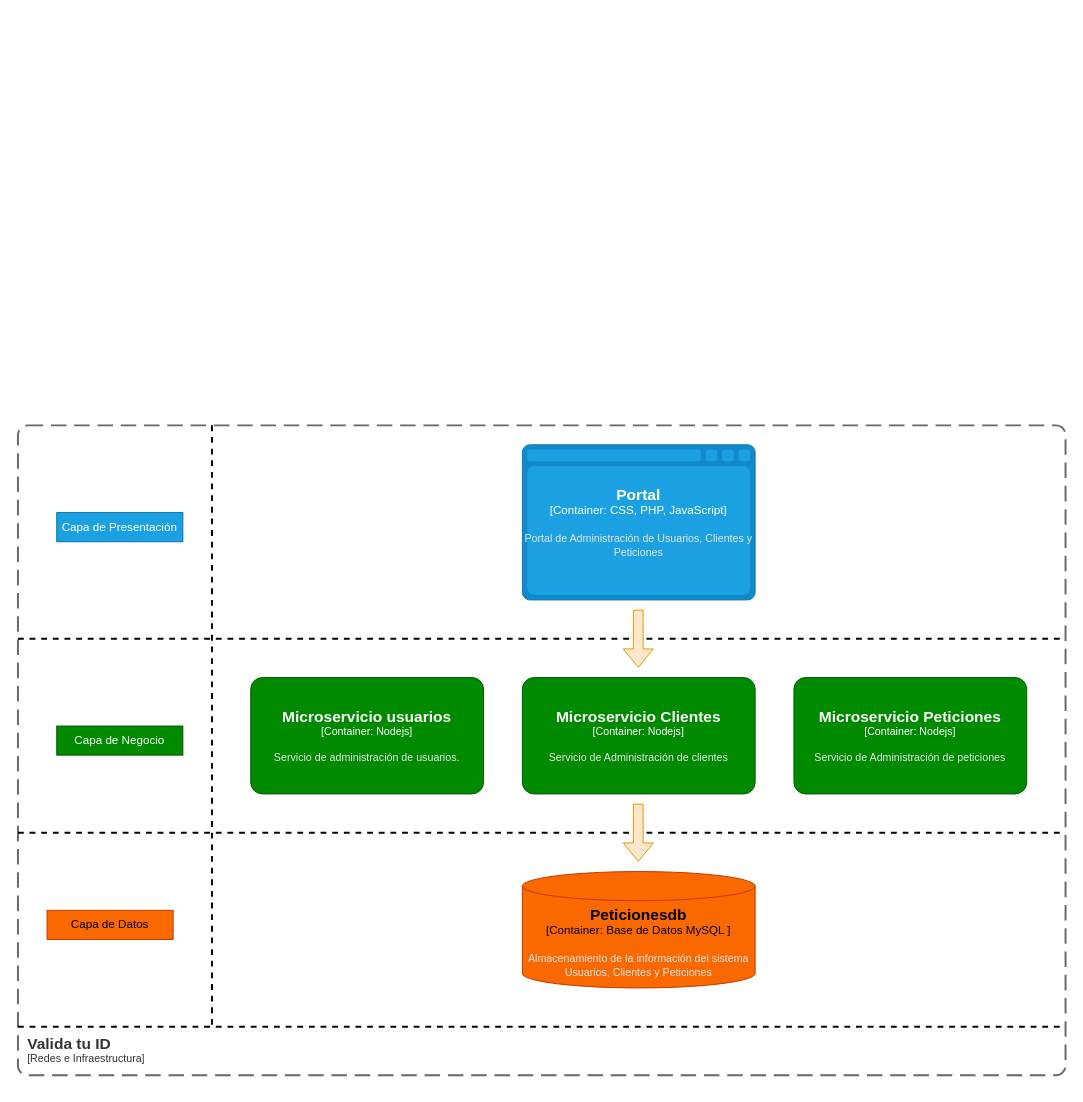
Above: page "Página-3" (3 of 4) of Doc/Diagramas.drawio in Jakcobo/ValidaTuID (draw.io), before the change. Source tidied: cells renumbered, new cells numbered last; positions are measured from the earlier drawing's top-left corner, leaving out a move shared by most shapes. Both pictures are drawn from the tidied source at 97%, with x=0, y=0 at pixel (17, 425).
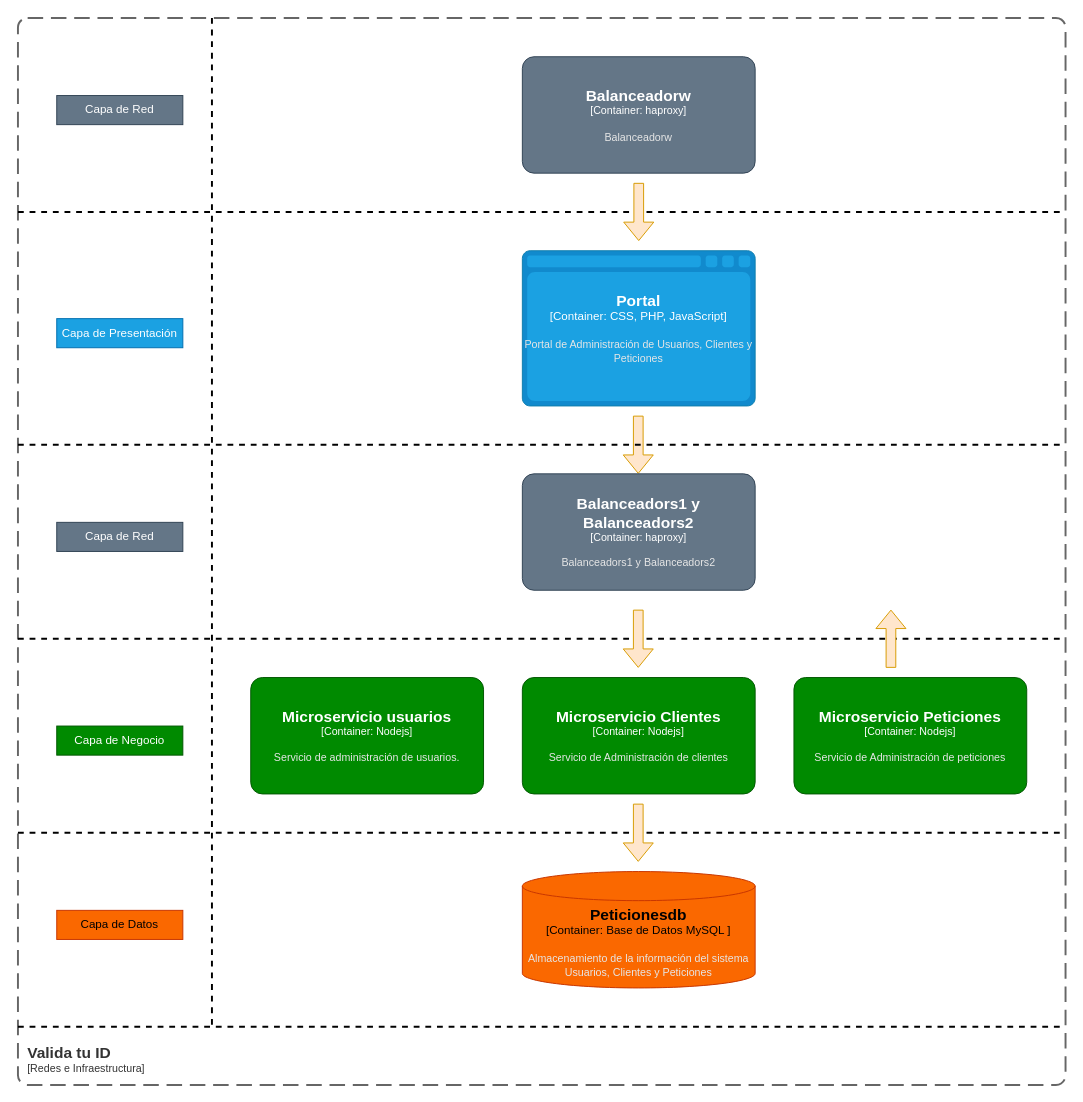
The same page after the edit.

What changed in the source:
```diff
@@
     <object id="4" label="&lt;font style=&quot;font-size: 16px&quot;&gt;&lt;b&gt;%c4Name%&lt;/b&gt;&lt;/font&gt;&lt;div&gt;[%c4Type%:&amp;nbsp;%c4Technology%]&lt;/div&gt;&lt;br&gt;&lt;div&gt;&lt;font style=&quot;font-size: 11px&quot;&gt;&lt;font color=&quot;#E6E6E6&quot;&gt;%c4Description%&lt;/font&gt;&lt;/div&gt;" c4Description="Portal de Administración de Usuarios, Clientes y Peticiones" c4Name="Portal" c4Technology="CSS, PHP, JavaScript" c4Type="Container" placeholders="1">
       <mxCell style="shape=mxgraph.c4.webBrowserContainer2;whiteSpace=wrap;html=1;boundedLbl=1;rounded=0;labelBackgroundColor=none;strokeColor=#006EAF;fillColor=#1ba1e2;strokeColor=#118ACD;strokeColor2=#0E7DAD;fontSize=12;fontColor=#ffffff;align=center;" parent="1" vertex="1">
-        <mxGeometry x="520" y="20" width="240" height="160" as="geometry" />
+        <mxGeometry x="520" y="-180" width="240" height="160" as="geometry" />
       </mxCell>
     </object>
     <object id="5" label="&lt;font style=&quot;font-size: 16px&quot;&gt;&lt;b&gt;&lt;div style=&quot;text-align: left&quot;&gt;%c4Name%&lt;/div&gt;&lt;/b&gt;&lt;/font&gt;&lt;div style=&quot;text-align: left&quot;&gt;[%c4Application%]&lt;/div&gt;" c4Application="Redes e Infraestructura" c4Name="Valida tu ID" placeholders="1">
       <mxCell style="rounded=1;fontSize=11;whiteSpace=wrap;html=1;dashed=1;arcSize=20;fillColor=none;strokeColor=#666666;fontColor=#333333;labelBackgroundColor=none;align=left;verticalAlign=bottom;labelBorderColor=none;spacingTop=0;spacing=10;dashPattern=8 4;perimeter=rectanglePerimeter;noLabel=0;labelPadding=0;absoluteArcSize=1;strokeWidth=2;" parent="1" vertex="1">
-        <mxGeometry width="1080" height="670" as="geometry" />
+        <mxGeometry y="-420" width="1080" height="1100" as="geometry" />
       </mxCell>
     </object>
@@
     <mxCell id="7" value="Capa de Presentación" style="text;html=1;align=center;verticalAlign=middle;whiteSpace=wrap;rounded=0;fillColor=#1ba1e2;fontColor=#ffffff;strokeColor=#006EAF;" parent="1" vertex="1">
-      <mxGeometry x="40" y="90" width="130" height="30" as="geometry" />
+      <mxGeometry x="40" y="-110" width="130" height="30" as="geometry" />
     </mxCell>
@@
     <mxCell id="10" value="Capa de Datos" style="text;html=1;align=center;verticalAlign=middle;whiteSpace=wrap;rounded=0;fillColor=#fa6800;fontColor=#000000;strokeColor=#C73500;" parent="1" vertex="1">
-      <mxGeometry x="30" y="500" width="130" height="30" as="geometry" />
+      <mxGeometry x="40" y="500" width="130" height="30" as="geometry" />
     </mxCell>
@@
     <mxCell id="13" style="shape=flexArrow;endArrow=classic;html=1;rounded=0;fillColor=#ffe6cc;strokeColor=#d79b00;" parent="1" edge="1">
       <mxGeometry relative="1" as="geometry">
-        <mxPoint x="639.5" y="190" as="sourcePoint" />
-        <mxPoint x="639.5" y="250" as="targetPoint" />
+        <mxPoint x="639.5" y="-10" as="sourcePoint" />
+        <mxPoint x="639.5" y="50" as="targetPoint" />
       </mxGeometry>
     </mxCell>
@@
     <mxCell id="16" style="endArrow=none;dashed=1;html=1;rounded=0;strokeWidth=2;" parent="1" edge="1">
       <mxGeometry relative="1" as="geometry">
-        <mxPoint x="200" as="sourcePoint" />
+        <mxPoint x="200" y="-420" as="sourcePoint" />
         <mxPoint x="200" y="620" as="targetPoint" />
       </mxGeometry>
     </mxCell>
+    <mxCell id="17" style="endArrow=none;dashed=1;html=1;rounded=0;strokeWidth=2;" parent="1" edge="1">
+      <mxGeometry relative="1" as="geometry">
+        <mxPoint y="20" as="sourcePoint" />
+        <mxPoint x="1080" y="20" as="targetPoint" />
+      </mxGeometry>
+    </mxCell>
+    <object id="18" label="&lt;font style=&quot;font-size: 16px&quot;&gt;&lt;b&gt;%c4Name%&lt;/b&gt;&lt;/font&gt;&lt;div&gt;[%c4Type%: %c4Technology%]&lt;/div&gt;&lt;br&gt;&lt;div&gt;&lt;font style=&quot;font-size: 11px&quot;&gt;&lt;font color=&quot;#E6E6E6&quot;&gt;%c4Description%&lt;/font&gt;&lt;/div&gt;" c4Description="Balanceadors1 y Balanceadors2" c4Name="Balanceadors1 y Balanceadors2" c4Technology="haproxy" c4Type="Container" placeholders="1">
+      <mxCell style="rounded=1;whiteSpace=wrap;html=1;fontSize=11;labelBackgroundColor=none;fillColor=#647687;fontColor=#ffffff;align=center;arcSize=10;strokeColor=#314354;" parent="1" vertex="1">
+        <mxGeometry x="520" y="50" width="240" height="120" as="geometry" />
+      </mxCell>
+    </object>
+    <mxCell id="19" style="shape=flexArrow;endArrow=classic;html=1;rounded=0;fillColor=#ffe6cc;strokeColor=#d79b00;" parent="1" edge="1">
+      <mxGeometry relative="1" as="geometry">
+        <mxPoint x="639.5" y="190" as="sourcePoint" />
+        <mxPoint x="639.5" y="250" as="targetPoint" />
+      </mxGeometry>
+    </mxCell>
+    <mxCell id="20" style="endArrow=none;dashed=1;html=1;rounded=0;strokeWidth=2;" parent="1" edge="1">
+      <mxGeometry relative="1" as="geometry">
+        <mxPoint y="-220" as="sourcePoint" />
+        <mxPoint x="1080" y="-220" as="targetPoint" />
+      </mxGeometry>
+    </mxCell>
+    <object id="21" label="&lt;font style=&quot;font-size: 16px&quot;&gt;&lt;b&gt;%c4Name%&lt;/b&gt;&lt;/font&gt;&lt;div&gt;[%c4Type%: %c4Technology%]&lt;/div&gt;&lt;br&gt;&lt;div&gt;&lt;font style=&quot;font-size: 11px&quot;&gt;&lt;font color=&quot;#E6E6E6&quot;&gt;%c4Description%&lt;/font&gt;&lt;/div&gt;" c4Description="Balanceadorw" c4Name="Balanceadorw" c4Technology="haproxy" c4Type="Container" placeholders="1">
+      <mxCell style="rounded=1;whiteSpace=wrap;html=1;fontSize=11;labelBackgroundColor=none;fillColor=#647687;fontColor=#ffffff;align=center;arcSize=10;strokeColor=#314354;" parent="1" vertex="1">
+        <mxGeometry x="520" y="-380" width="240" height="120" as="geometry" />
+      </mxCell>
+    </object>
+    <mxCell id="22" style="shape=flexArrow;endArrow=classic;html=1;rounded=0;fillColor=#ffe6cc;strokeColor=#d79b00;" parent="1" edge="1">
+      <mxGeometry relative="1" as="geometry">
+        <mxPoint x="640" y="-250" as="sourcePoint" />
+        <mxPoint x="640" y="-190" as="targetPoint" />
+      </mxGeometry>
+    </mxCell>
+    <mxCell id="23" style="shape=flexArrow;endArrow=classic;html=1;rounded=0;fillColor=#ffe6cc;strokeColor=#d79b00;" parent="1" edge="1">
+      <mxGeometry relative="1" as="geometry">
+        <mxPoint x="900" y="250" as="sourcePoint" />
+        <mxPoint x="900" y="190" as="targetPoint" />
+      </mxGeometry>
+    </mxCell>
+    <mxCell id="24" value="Capa de Red" style="text;html=1;align=center;verticalAlign=middle;whiteSpace=wrap;rounded=0;fillColor=#647687;fontColor=#ffffff;strokeColor=#314354;" parent="1" vertex="1">
+      <mxGeometry x="40" y="-340" width="130" height="30" as="geometry" />
+    </mxCell>
+    <mxCell id="25" value="Capa de Red" style="text;html=1;align=center;verticalAlign=middle;whiteSpace=wrap;rounded=0;fillColor=#647687;fontColor=#ffffff;strokeColor=#314354;" parent="1" vertex="1">
+      <mxGeometry x="40" y="100" width="130" height="30" as="geometry" />
+    </mxCell>
```
